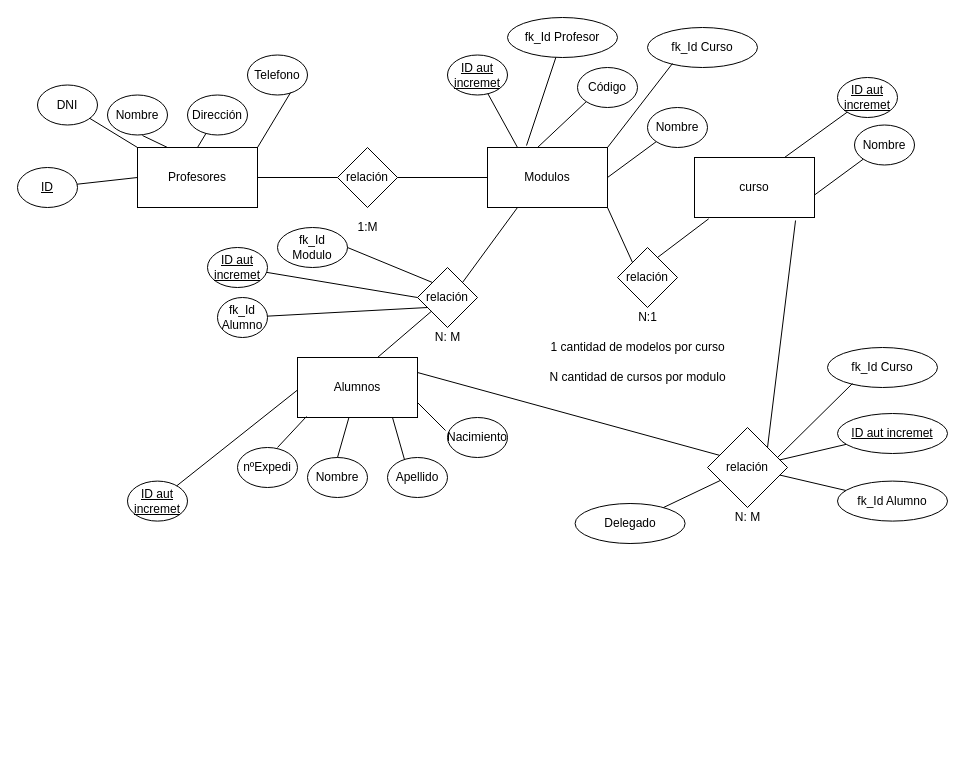
This is Untitled Diagram.drawio from JavierPolaris/diagramas, a draw.io file, before an edit. Source tidied: cells renumbered, new cells numbered last; positions are measured from the earlier drawing's top-left corner, leaving out a move shared by most shapes. Both pictures are drawn from the tidied source at 100%, with x=0, y=0 at pixel (17, 17).
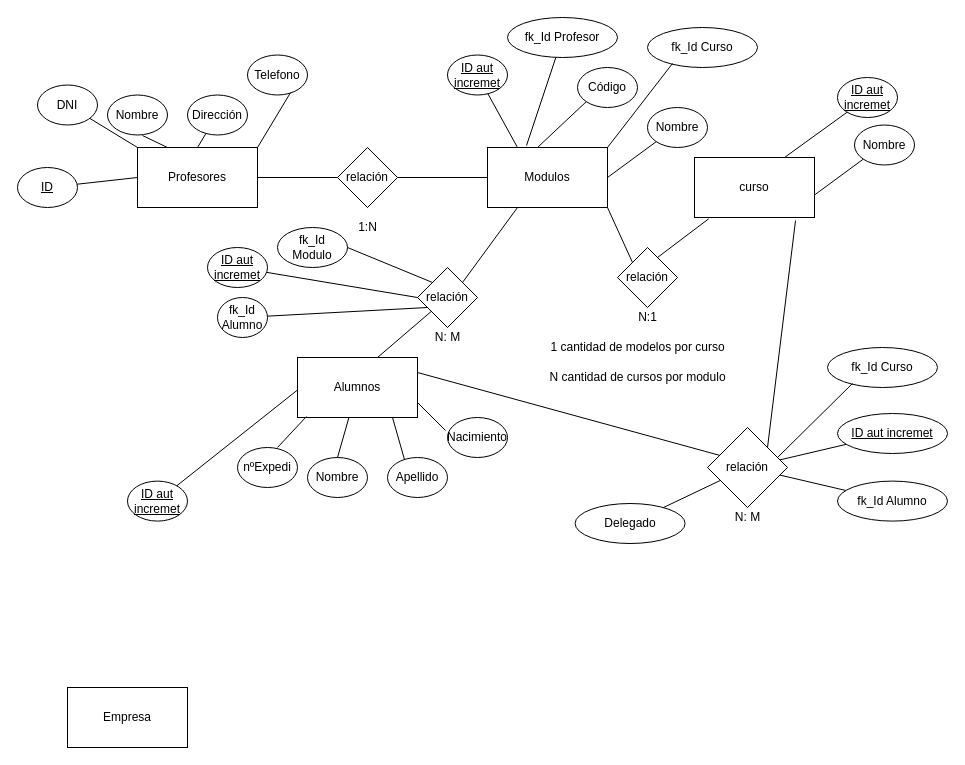
The same diagram, later.

What changed in the source:
```diff
@@
-    <mxCell id="53" value="1:M" style="text;html=1;align=center;verticalAlign=middle;strokeColor=none;fillColor=none;" parent="1" vertex="1">
-      <mxGeometry x="330" y="200" width="40" height="20" as="geometry" />
+    <mxCell id="53" value="1:N" style="text;html=1;align=center;verticalAlign=middle;strokeColor=none;fillColor=none;" parent="1" vertex="1">
+      <mxGeometry x="335" y="200" width="30" height="20" as="geometry" />
     </mxCell>
@@
+    <mxCell id="73" value="Empresa" style="rounded=0;whiteSpace=wrap;html=1;" parent="1" vertex="1">
+      <mxGeometry x="50" y="670" width="120" height="60" as="geometry" />
+    </mxCell>
```
